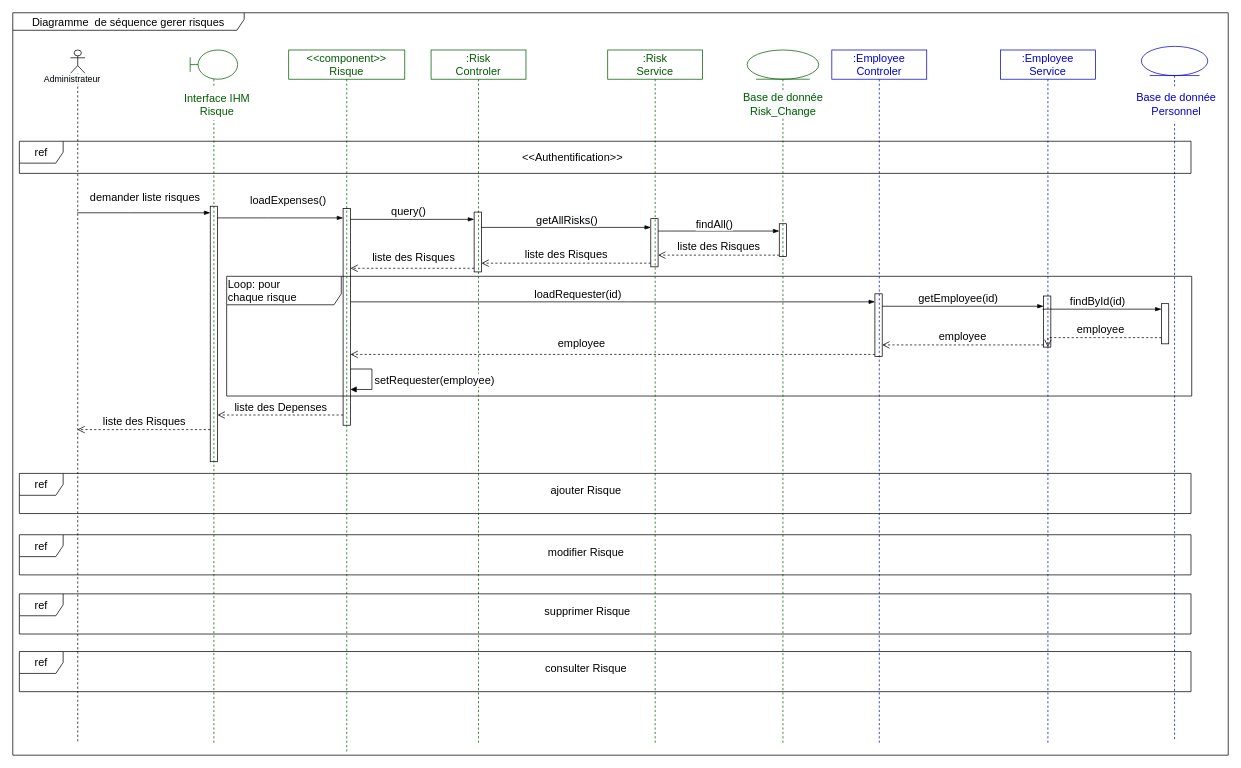
Earlier version of the draw.io diagram Change_Risk/RiskDiagrammeSequence.drawio (ZidiMedAmine/UML). Source tidied: cells renumbered, new cells numbered last; positions are measured from the earlier drawing's top-left corner, leaving out a move shared by most shapes. Both pictures are drawn from the tidied source at 73%, with x=0, y=0 at pixel (12, 12).
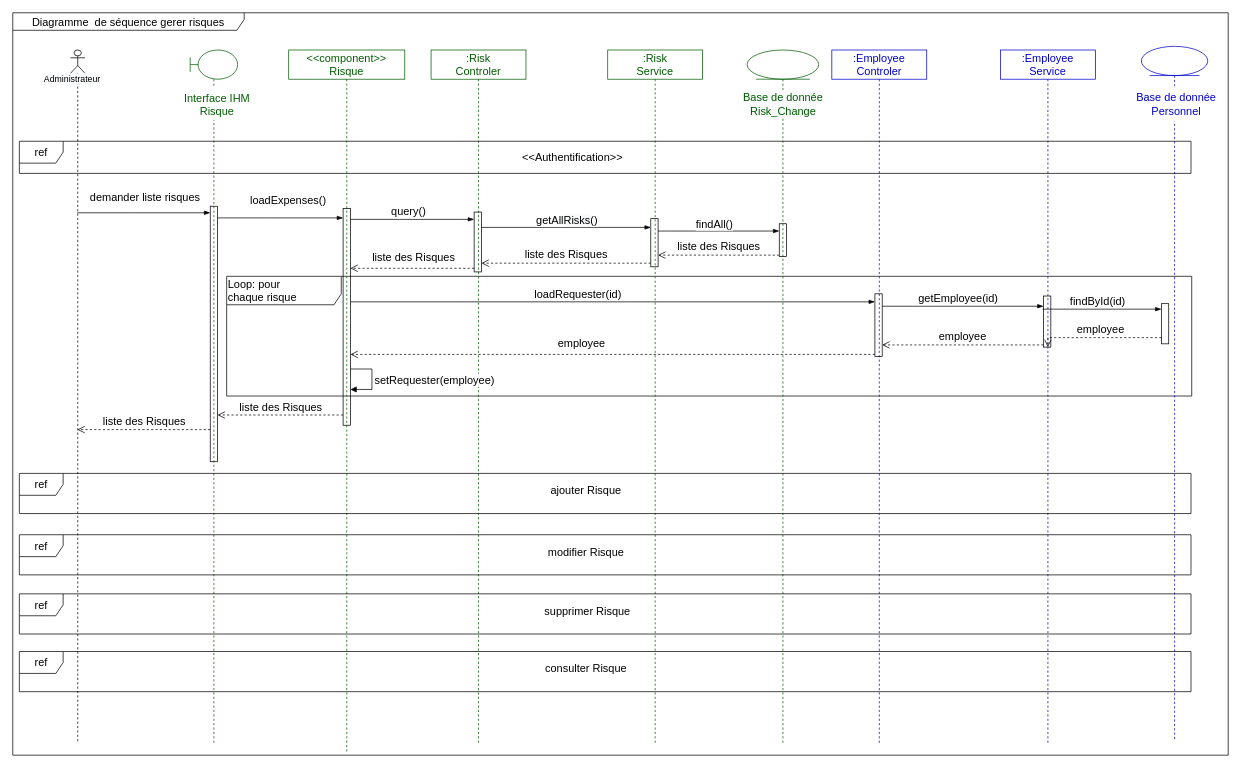
After the change.

Commit message (it also covers changes not shown here):
Mettre à jour RiskDiagrammeSequence.drawio

The change refers to these unchanged cells:
```xml
<mxCell id="48" style="html=1;verticalAlign=bottom;endArrow=open;dashed=1;endSize=8;rounded=0;" parent="1" edge="1" source="44" target="14">
  <mxGeometry relative="1" as="geometry">
    <Array as="points">
      <mxPoint x="342" y="551" />
    </Array>
  </mxGeometry>
</mxCell>
```

Change to the diagram source:
```diff
@@
-    <mxCell id="49" value="&lt;span style=&quot;font-size: 15px;&quot;&gt;liste des Depenses&lt;/span&gt;" style="edgeLabel;html=1;align=center;verticalAlign=middle;" parent="48" vertex="1">
+    <mxCell id="49" value="&lt;span style=&quot;font-size: 15px;&quot;&gt;liste des Risques&lt;/span&gt;" style="edgeLabel;html=1;align=center;verticalAlign=middle;" parent="48" vertex="1">
       <mxGeometry x="-0.22" y="3" relative="1" as="geometry">
         <mxPoint x="-19" y="-15" as="offset" />
       </mxGeometry>
     </mxCell>
```
